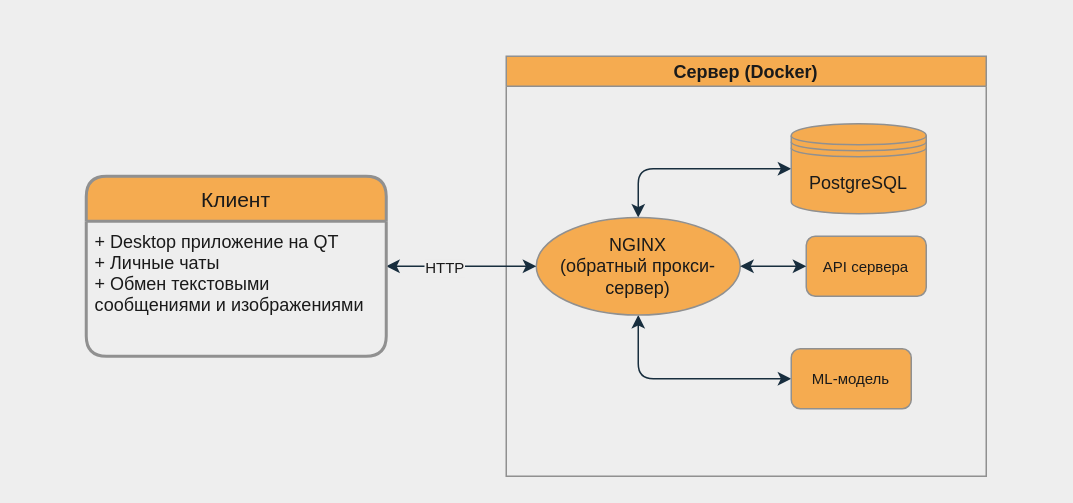
Before: doc/Diagram.drawio in MrLeonardPak/Calmgram, a draw.io diagram. Source tidied: cells renumbered, new cells numbered last; positions are measured from the earlier drawing's top-left corner, leaving out a move shared by most shapes. Both pictures are drawn from the tidied source at 150%, with x=0, y=0 at pixel (86, 56).
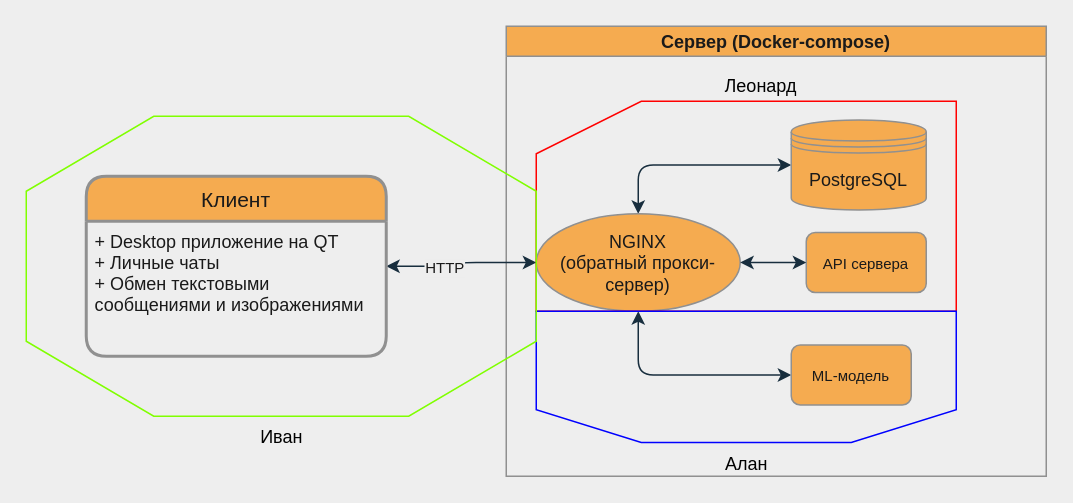
Above is the later version.

Change to the diagram source:
```diff
@@
 <mxGraphModel background="#EEEEEE">
   <root>
     <mxCell id="0" />
     <mxCell id="1" parent="0" />
-    <mxCell id="2" value="Cервер (Docker)" style="swimlane;startSize=20;horizontal=1;containerType=tree;fillColor=#F5AB50;strokeColor=#909090;fontColor=#1A1A1A;" parent="1" vertex="1">
-      <mxGeometry x="280" width="320" height="280" as="geometry" />
+    <mxCell id="2" value="Cервер (Docker-compose)" style="swimlane;startSize=20;horizontal=1;containerType=tree;fillColor=#F5AB50;strokeColor=#909090;fontColor=#1A1A1A;" parent="1" vertex="1">
+      <mxGeometry x="280" y="-20" width="360" height="300" as="geometry" />
     </mxCell>
     <mxCell id="3" style="edgeStyle=orthogonalEdgeStyle;rounded=1;jettySize=auto;html=1;fontSize=10;startArrow=classic;startFill=1;exitX=0.5;exitY=0;exitDx=0;exitDy=0;labelBackgroundColor=#EEEEEE;strokeColor=#182E3E;fontColor=#1A1A1A;" parent="2" edge="1" source="5" target="6">
       <mxGeometry relative="1" as="geometry">
         <Array as="points">
-          <mxPoint x="88" y="75" />
+          <mxPoint x="88" y="92.5" />
         </Array>
       </mxGeometry>
     </mxCell>
     <mxCell id="4" style="edgeStyle=orthogonalEdgeStyle;rounded=1;jettySize=auto;html=1;entryX=0;entryY=0.5;entryDx=0;entryDy=0;fontSize=10;startArrow=classic;startFill=1;exitX=0.5;exitY=1;exitDx=0;exitDy=0;labelBackgroundColor=#EEEEEE;strokeColor=#182E3E;fontColor=#1A1A1A;" parent="2" edge="1" source="5" target="7">
       <mxGeometry relative="1" as="geometry" />
     </mxCell>
     <mxCell id="5" value="&lt;span style=&quot;font-size: 12px&quot;&gt;NGINX&lt;/span&gt;&lt;br style=&quot;font-size: 12px&quot;&gt;&lt;span style=&quot;font-size: 12px&quot;&gt;(обратный прокси-сервер)&lt;/span&gt;" style="ellipse;whiteSpace=wrap;html=1;align=center;newEdgeStyle={&quot;edgeStyle&quot;:&quot;entityRelationEdgeStyle&quot;,&quot;startArrow&quot;:&quot;none&quot;,&quot;endArrow&quot;:&quot;none&quot;,&quot;segment&quot;:10,&quot;curved&quot;:1};fontSize=10;fillColor=#F5AB50;strokeColor=#909090;fontColor=#1A1A1A;" parent="2" vertex="1">
-      <mxGeometry x="20" y="107.5" width="136" height="65" as="geometry" />
+      <mxGeometry x="20" y="125" width="136" height="65" as="geometry" />
     </mxCell>
     <mxCell id="6" value="PostgreSQL" style="shape=datastore;whiteSpace=wrap;html=1;fillColor=#F5AB50;strokeColor=#909090;fontColor=#1A1A1A;" parent="2" vertex="1">
-      <mxGeometry x="190" y="45" width="90" height="60" as="geometry" />
+      <mxGeometry x="190" y="62.5" width="90" height="60" as="geometry" />
     </mxCell>
     <mxCell id="7" value="ML-модель" style="rounded=1;whiteSpace=wrap;html=1;fontSize=10;fillColor=#F5AB50;strokeColor=#909090;fontColor=#1A1A1A;" parent="2" vertex="1">
-      <mxGeometry x="190" y="195" width="80" height="40" as="geometry" />
+      <mxGeometry x="190" y="212.5" width="80" height="40" as="geometry" />
     </mxCell>
     <mxCell id="8" value="API сервера" style="rounded=1;whiteSpace=wrap;html=1;fontSize=10;fillColor=#F5AB50;strokeColor=#909090;fontColor=#1A1A1A;" parent="2" vertex="1">
-      <mxGeometry x="200" y="120" width="80" height="40" as="geometry" />
+      <mxGeometry x="200" y="137.5" width="80" height="40" as="geometry" />
     </mxCell>
     <mxCell id="9" style="edgeStyle=orthogonalEdgeStyle;rounded=1;jettySize=auto;html=1;entryX=0;entryY=0.5;entryDx=0;entryDy=0;fontSize=10;startArrow=classic;startFill=1;exitX=1;exitY=0.5;exitDx=0;exitDy=0;labelBackgroundColor=#EEEEEE;strokeColor=#182E3E;fontColor=#1A1A1A;" parent="2" edge="1" source="5" target="8">
       <mxGeometry relative="1" as="geometry" />
     </mxCell>
+    <mxCell id="14" style="verticalLabelPosition=bottom;verticalAlign=top;html=1;shape=mxgraph.basic.polygon;polyCoords=[[0.25,0],[1,0],[1,0.25],[1,0.75],[1,1],[0.25,1],[0,1],[0,0.25]];polyline=0;strokeColor=#FF0000;fillColor=none;" parent="2" vertex="1">
+      <mxGeometry x="20" y="50" width="280" height="140" as="geometry" />
+    </mxCell>
+    <mxCell id="15" value="Алан" style="verticalLabelPosition=bottom;verticalAlign=top;html=1;shape=mxgraph.basic.polygon;polyCoords=[[0.25,0],[1,0],[1,0.25],[1,0.75],[0.75,1],[0.25,1],[0,0.75],[0,0]];polyline=0;strokeColor=#0000FF;fillColor=none;" parent="2" vertex="1">
+      <mxGeometry x="20" y="190" width="280" height="87.5" as="geometry" />
+    </mxCell>
+    <mxCell id="16" value="Леонард" style="text;html=1;strokeColor=none;fillColor=none;align=center;verticalAlign=middle;whiteSpace=wrap;overflow=hidden;" parent="2" vertex="1">
+      <mxGeometry x="130" y="30" width="80" height="20" as="geometry" />
+    </mxCell>
     <mxCell id="10" style="edgeStyle=orthogonalEdgeStyle;rounded=1;jettySize=auto;html=1;entryX=0;entryY=0.5;entryDx=0;entryDy=0;fontSize=10;startArrow=classic;startFill=1;labelBackgroundColor=#EEEEEE;strokeColor=#182E3E;fontColor=#1A1A1A;" parent="1" edge="1" source="12" target="5">
       <mxGeometry relative="1" as="geometry" />
     </mxCell>
     <mxCell id="11" value="HTTP" style="edgeLabel;html=1;align=center;verticalAlign=middle;fontSize=10;labelBackgroundColor=#EEEEEE;fontColor=#1A1A1A;" parent="10" vertex="1">
       <mxGeometry x="-0.25" relative="1" as="geometry" />
     </mxCell>
     <mxCell id="12" value="Клиент" style="swimlane;horizontal=1;startSize=30;rounded=1;fontSize=14;fontStyle=0;strokeWidth=2;shadow=0;dashed=0;align=center;fillColor=#F5AB50;strokeColor=#909090;fontColor=#1A1A1A;" parent="1" vertex="1">
       <mxGeometry y="80" width="200" height="120" as="geometry" />
     </mxCell>
     <mxCell id="13" value="+ Desktop приложение на QT&#10;+ Личные чаты&#10;+ Обмен текстовыми &#10;сообщениями и изображениями" style="align=left;strokeColor=none;fillColor=none;spacingLeft=4;fontSize=12;verticalAlign=top;fontColor=#1A1A1A;" parent="12" vertex="1">
       <mxGeometry y="30" width="200" height="90" as="geometry" />
     </mxCell>
+    <mxCell id="17" value="Иван" style="verticalLabelPosition=bottom;verticalAlign=top;html=1;shape=mxgraph.basic.polygon;polyCoords=[[0.25,0],[0.75,0],[1,0.25],[1,0.75],[0.75,1],[0.25,1],[0,0.75],[0,0.25]];polyline=0;fillColor=none;strokeColor=#80FF00;" parent="1" vertex="1">
+      <mxGeometry x="-40" y="40" width="340" height="200" as="geometry" />
+    </mxCell>
   </root>
 </mxGraphModel>
```
